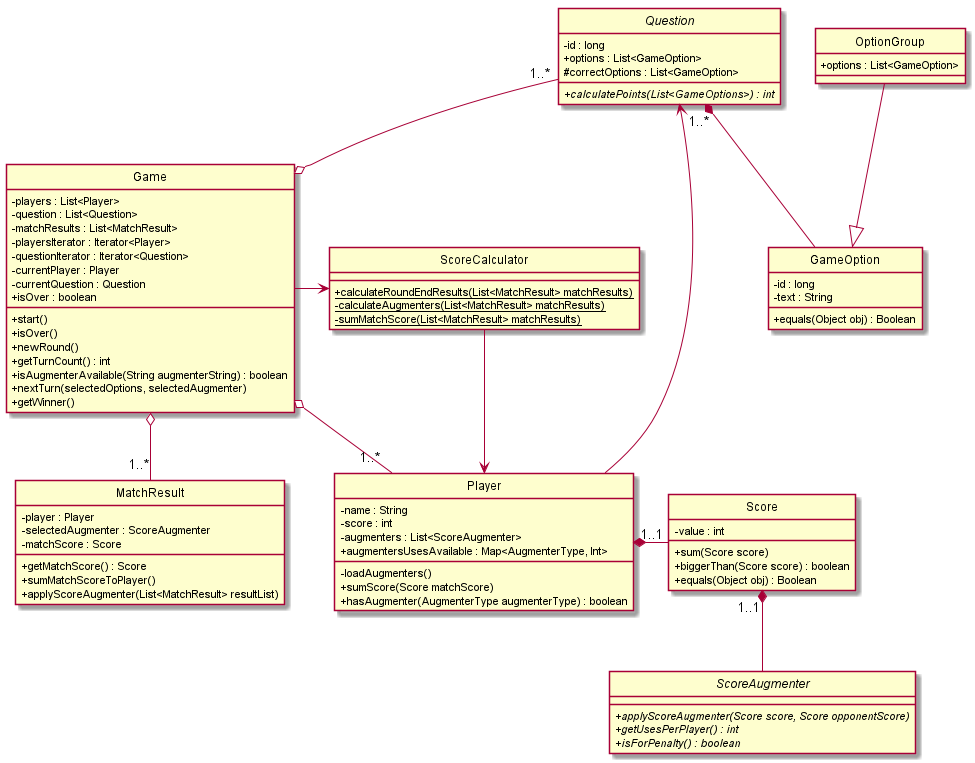
GEscandar/TP2-Kahoot keeps this PlantUML diagram as docs/out/diagramaClases-Principal-TP2/DiagramaUML-Clases-TP2.png. Above is the earlier version.
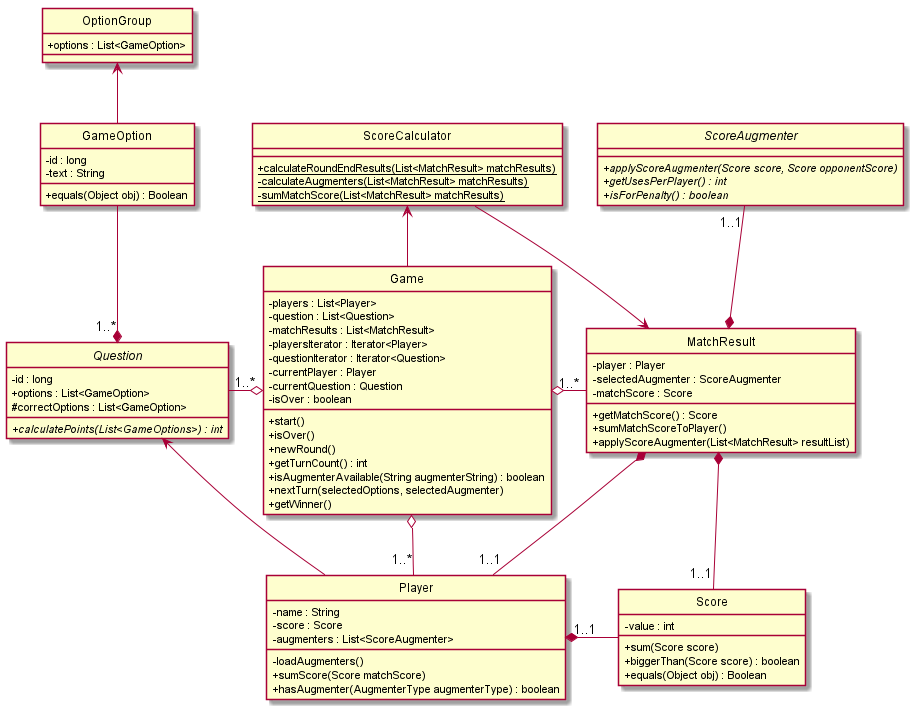
After the change.

Change to the diagram source:
```diff
@@ -43,7 +43,7 @@
     - questionIterator : Iterator<Question>
 	- currentPlayer : Player
     - currentQuestion : Question
-    + isOver : boolean
+    - isOver : boolean
     + start()
     + isOver()
     + newRound()
@@ -57,15 +57,13 @@
     + {static} calculateRoundEndResults(List<MatchResult> matchResults)
 	- {static} calculateAugmenters(List<MatchResult> matchResults)
     - {static} sumMatchScore(List<MatchResult> matchResults)
-
 }
 
 class Player{
     - name : String
-	- score : int
+	- score : Score
     - augmenters : List<ScoreAugmenter>
 	- loadAugmenters()
-    + augmentersUsesAvailable : Map<AugmenterType, Int>
     + sumScore(Score matchScore)
     + hasAugmenter(AugmenterType augmenterType) : boolean
 }
@@ -77,19 +75,22 @@
 }
 
 
-Game  o--up"1..*"  Question
-Game o--right"1..*"  Player
-Game o--down"1..*"  MatchResult
-Game --right> ScoreCalculator
+Game  o--left"1..*"  Question
+Game o--"1..*"  Player
+Game o--right"1..*"  MatchResult
+Game --up> ScoreCalculator
 
-Score "1..1"*-- ScoreAugmenter
-ScoreCalculator --> Player
+MatchResult *--up"1..1" ScoreAugmenter
+MatchResult *--"1..1" Player
+MatchResult *--down"1..1" Score
 
-Player --> Question
+ScoreCalculator --> MatchResult
+
+Player --up> Question
 
 Player "1..1"*--right Score
 
-Question "1..*"*-- GameOption
-OptionGroup --|> GameOption
+Question "1..*"*--up GameOption
+GameOption --up> OptionGroup
 
 @enduml
```
